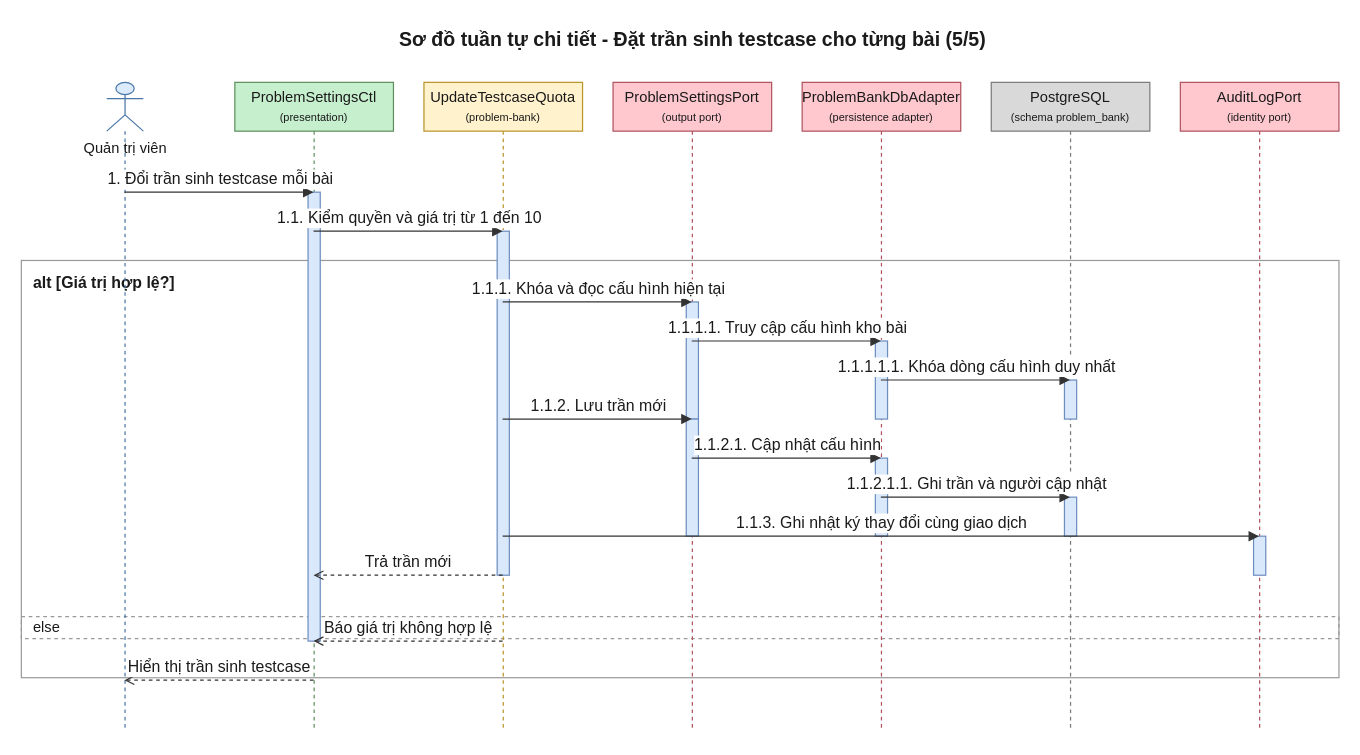
Earlier version of the draw.io diagram 08-diagram/sequence/admin/sequence_admin_dat_han_muc_va_gioi_han_ai_p4b.drawio (daiphu1801/PRJ_ALGOPREP). Source tidied: cells renumbered, new cells numbered last; positions are measured from the earlier drawing's top-left corner, leaving out a move shared by most shapes. Both pictures are drawn from the tidied source at 122%, with x=0, y=0 at pixel (21, 21).
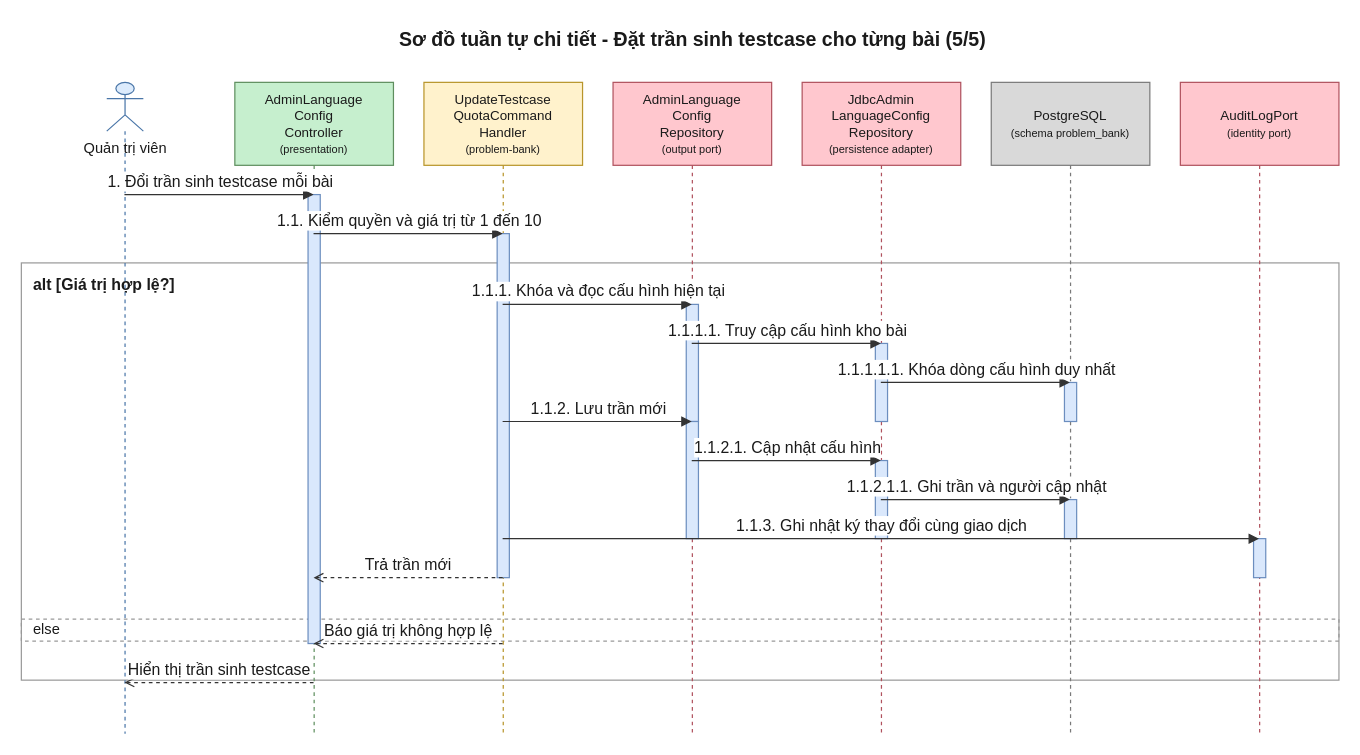
The same page after the edit.

The edit, as a diff of the source:
```diff
@@
     <mxCell id="3" value="alt [Giá trị hợp lệ?]" style="algoprep=alt;rounded=0;whiteSpace=wrap;html=1;fillColor=none;strokeColor=#999999;verticalAlign=top;align=left;spacingLeft=8;spacingTop=4;fontColor=#1A1A1A;fontSize=13;fontStyle=1;dashed=0;" parent="1" vertex="1">
-      <mxGeometry y="196" width="1080" height="342" as="geometry" />
+      <mxGeometry y="198" width="1080" height="342" as="geometry" />
     </mxCell>
     <mxCell id="4" value="else" style="text;html=1;dashed=1;strokeColor=#999999;fillColor=none;align=left;verticalAlign=middle;spacingLeft=8;fontColor=#1A1A1A;fontSize=12;" parent="1" vertex="1">
-      <mxGeometry y="488" width="1080" height="18" as="geometry" />
+      <mxGeometry y="490" width="1080" height="18" as="geometry" />
     </mxCell>
     <mxCell id="5" value="Quản trị viên" style="shape=umlLifeline;participant=umlActor;perimeter=lifelinePerimeter;html=1;outlineConnect=0;size=40;verticalAlign=top;spacingTop=40;fillColor=#DCEBFC;strokeColor=#4A76A8;fontColor=#1A1A1A;" parent="1" vertex="1">
-      <mxGeometry x="70" y="50" width="30" height="532" as="geometry" />
+      <mxGeometry x="70" y="50" width="30" height="534" as="geometry" />
     </mxCell>
-    <mxCell id="6" value="ProblemSettingsCtl&lt;br&gt;&lt;font style=&quot;font-size:9px&quot;&gt;(presentation)&lt;/font&gt;" style="shape=umlLifeline;perimeter=lifelinePerimeter;whiteSpace=wrap;html=1;outlineConnect=0;size=40;fillColor=#C6EFCE;strokeColor=#5E8E5E;fontColor=#1A1A1A;" parent="1" vertex="1">
-      <mxGeometry x="175" y="50" width="130" height="532" as="geometry" />
+    <mxCell id="6" value="AdminLanguage&lt;br&gt;Config&lt;br&gt;Controller&lt;br&gt;&lt;font style=&quot;font-size:9px&quot;&gt;(presentation)&lt;/font&gt;" style="shape=umlLifeline;perimeter=lifelinePerimeter;whiteSpace=wrap;html=1;outlineConnect=0;size=68;fontSize=11;fillColor=#C6EFCE;strokeColor=#5E8E5E;fontColor=#1A1A1A;" parent="1" vertex="1">
+      <mxGeometry x="175" y="50" width="130" height="534" as="geometry" />
     </mxCell>
-    <mxCell id="7" value="UpdateTestcaseQuota&lt;br&gt;&lt;font style=&quot;font-size:9px&quot;&gt;(problem-bank)&lt;/font&gt;" style="shape=umlLifeline;perimeter=lifelinePerimeter;whiteSpace=wrap;html=1;outlineConnect=0;size=40;fillColor=#FFF2CC;strokeColor=#B8952A;fontColor=#1A1A1A;" parent="1" vertex="1">
-      <mxGeometry x="330" y="50" width="130" height="532" as="geometry" />
+    <mxCell id="7" value="UpdateTestcase&lt;br&gt;QuotaCommand&lt;br&gt;Handler&lt;br&gt;&lt;font style=&quot;font-size:9px&quot;&gt;(problem-bank)&lt;/font&gt;" style="shape=umlLifeline;perimeter=lifelinePerimeter;whiteSpace=wrap;html=1;outlineConnect=0;size=68;fontSize=11;fillColor=#FFF2CC;strokeColor=#B8952A;fontColor=#1A1A1A;" parent="1" vertex="1">
+      <mxGeometry x="330" y="50" width="130" height="534" as="geometry" />
     </mxCell>
-    <mxCell id="8" value="ProblemSettingsPort&lt;br&gt;&lt;font style=&quot;font-size:9px&quot;&gt;(output port)&lt;/font&gt;" style="shape=umlLifeline;perimeter=lifelinePerimeter;whiteSpace=wrap;html=1;outlineConnect=0;size=40;fillColor=#FFC7CE;strokeColor=#B0525E;fontColor=#1A1A1A;" parent="1" vertex="1">
-      <mxGeometry x="485" y="50" width="130" height="532" as="geometry" />
+    <mxCell id="8" value="AdminLanguage&lt;br&gt;Config&lt;br&gt;Repository&lt;br&gt;&lt;font style=&quot;font-size:9px&quot;&gt;(output port)&lt;/font&gt;" style="shape=umlLifeline;perimeter=lifelinePerimeter;whiteSpace=wrap;html=1;outlineConnect=0;size=68;fontSize=11;fillColor=#FFC7CE;strokeColor=#B0525E;fontColor=#1A1A1A;" parent="1" vertex="1">
+      <mxGeometry x="485" y="50" width="130" height="534" as="geometry" />
     </mxCell>
-    <mxCell id="9" value="ProblemBankDbAdapter&lt;br&gt;&lt;font style=&quot;font-size:9px&quot;&gt;(persistence adapter)&lt;/font&gt;" style="shape=umlLifeline;perimeter=lifelinePerimeter;whiteSpace=wrap;html=1;outlineConnect=0;size=40;fillColor=#FFC7CE;strokeColor=#B0525E;fontColor=#1A1A1A;" parent="1" vertex="1">
-      <mxGeometry x="640" y="50" width="130" height="532" as="geometry" />
+    <mxCell id="9" value="JdbcAdmin&lt;br&gt;LanguageConfig&lt;br&gt;Repository&lt;br&gt;&lt;font style=&quot;font-size:9px&quot;&gt;(persistence adapter)&lt;/font&gt;" style="shape=umlLifeline;perimeter=lifelinePerimeter;whiteSpace=wrap;html=1;outlineConnect=0;size=68;fontSize=11;fillColor=#FFC7CE;strokeColor=#B0525E;fontColor=#1A1A1A;" parent="1" vertex="1">
+      <mxGeometry x="640" y="50" width="130" height="534" as="geometry" />
     </mxCell>
-    <mxCell id="10" value="PostgreSQL&lt;br&gt;&lt;font style=&quot;font-size:9px&quot;&gt;(schema problem_bank)&lt;/font&gt;" style="shape=umlLifeline;perimeter=lifelinePerimeter;whiteSpace=wrap;html=1;outlineConnect=0;size=40;fillColor=#D9D9D9;strokeColor=#7A7A7A;fontColor=#1A1A1A;" parent="1" vertex="1">
-      <mxGeometry x="795" y="50" width="130" height="532" as="geometry" />
+    <mxCell id="10" value="PostgreSQL&lt;br&gt;&lt;font style=&quot;font-size:9px&quot;&gt;(schema problem_bank)&lt;/font&gt;" style="shape=umlLifeline;perimeter=lifelinePerimeter;whiteSpace=wrap;html=1;outlineConnect=0;size=68;fontSize=11;fillColor=#D9D9D9;strokeColor=#7A7A7A;fontColor=#1A1A1A;" parent="1" vertex="1">
+      <mxGeometry x="795" y="50" width="130" height="534" as="geometry" />
     </mxCell>
-    <mxCell id="11" value="AuditLogPort&lt;br&gt;&lt;font style=&quot;font-size:9px&quot;&gt;(identity port)&lt;/font&gt;" style="shape=umlLifeline;perimeter=lifelinePerimeter;whiteSpace=wrap;html=1;outlineConnect=0;size=40;fillColor=#FFC7CE;strokeColor=#B0525E;fontColor=#1A1A1A;" parent="1" vertex="1">
-      <mxGeometry x="950" y="50" width="130" height="532" as="geometry" />
+    <mxCell id="11" value="AuditLogPort&lt;br&gt;&lt;font style=&quot;font-size:9px&quot;&gt;(identity port)&lt;/font&gt;" style="shape=umlLifeline;perimeter=lifelinePerimeter;whiteSpace=wrap;html=1;outlineConnect=0;size=68;fontSize=11;fillColor=#FFC7CE;strokeColor=#B0525E;fontColor=#1A1A1A;" parent="1" vertex="1">
+      <mxGeometry x="950" y="50" width="130" height="534" as="geometry" />
     </mxCell>
     <mxCell id="12" style="html=1;perimeter=orthogonalPerimeter;targetShapes=umlLifeline;fillColor=#DAE8FC;strokeColor=#6C8EBF;" parent="10" vertex="1">
-      <mxGeometry x="60" y="244" width="10" height="32" as="geometry" />
+      <mxGeometry x="60" y="246" width="10" height="32" as="geometry" />
     </mxCell>
     <mxCell id="13" style="html=1;perimeter=orthogonalPerimeter;targetShapes=umlLifeline;fillColor=#DAE8FC;strokeColor=#6C8EBF;" parent="9" vertex="1">
-      <mxGeometry x="60" y="212" width="10" height="64" as="geometry" />
+      <mxGeometry x="60" y="214" width="10" height="64" as="geometry" />
     </mxCell>
     <mxCell id="14" style="html=1;perimeter=orthogonalPerimeter;targetShapes=umlLifeline;fillColor=#DAE8FC;strokeColor=#6C8EBF;" parent="8" vertex="1">
-      <mxGeometry x="60" y="180" width="10" height="96" as="geometry" />
+      <mxGeometry x="60" y="182" width="10" height="96" as="geometry" />
     </mxCell>
     <mxCell id="15" style="html=1;perimeter=orthogonalPerimeter;targetShapes=umlLifeline;fillColor=#DAE8FC;strokeColor=#6C8EBF;" parent="10" vertex="1">
-      <mxGeometry x="60" y="340" width="10" height="32" as="geometry" />
+      <mxGeometry x="60" y="342" width="10" height="32" as="geometry" />
     </mxCell>
     <mxCell id="16" style="html=1;perimeter=orthogonalPerimeter;targetShapes=umlLifeline;fillColor=#DAE8FC;strokeColor=#6C8EBF;" parent="9" vertex="1">
-      <mxGeometry x="60" y="308" width="10" height="64" as="geometry" />
+      <mxGeometry x="60" y="310" width="10" height="64" as="geometry" />
     </mxCell>
     <mxCell id="17" style="html=1;perimeter=orthogonalPerimeter;targetShapes=umlLifeline;fillColor=#DAE8FC;strokeColor=#6C8EBF;" parent="8" vertex="1">
-      <mxGeometry x="60" y="276" width="10" height="96" as="geometry" />
+      <mxGeometry x="60" y="278" width="10" height="96" as="geometry" />
     </mxCell>
     <mxCell id="18" style="html=1;perimeter=orthogonalPerimeter;targetShapes=umlLifeline;fillColor=#DAE8FC;strokeColor=#6C8EBF;" parent="11" vertex="1">
-      <mxGeometry x="60" y="372" width="10" height="32" as="geometry" />
+      <mxGeometry x="60" y="374" width="10" height="32" as="geometry" />
     </mxCell>
     <mxCell id="19" style="html=1;perimeter=orthogonalPerimeter;targetShapes=umlLifeline;fillColor=#DAE8FC;strokeColor=#6C8EBF;" parent="7" vertex="1">
-      <mxGeometry x="60" y="122" width="10" height="282" as="geometry" />
+      <mxGeometry x="60" y="124" width="10" height="282" as="geometry" />
     </mxCell>
     <mxCell id="20" style="html=1;perimeter=orthogonalPerimeter;targetShapes=umlLifeline;fillColor=#DAE8FC;strokeColor=#6C8EBF;" parent="6" vertex="1">
-      <mxGeometry x="60" y="90" width="10" height="368" as="geometry" />
+      <mxGeometry x="60" y="92" width="10" height="368" as="geometry" />
     </mxCell>
-    <mxCell id="21" value="1. Đổi trần sinh testcase mỗi bài" style="edgeStyle=none;html=1;endArrow=block;endFill=1;strokeColor=#333333;fontColor=#1A1A1A;fontSize=13;verticalAlign=bottom;exitX=0.5;exitY=0.1692;exitDx=0;exitDy=0;entryX=0.5;entryY=0.1692;entryDx=0;entryDy=0;" parent="1" edge="1" source="5" target="6">
+    <mxCell id="21" value="1. Đổi trần sinh testcase mỗi bài" style="edgeStyle=none;html=1;endArrow=block;endFill=1;strokeColor=#333333;fontColor=#1A1A1A;fontSize=13;verticalAlign=bottom;exitX=0.5;exitY=0.1723;exitDx=0;exitDy=0;entryX=0.5;entryY=0.1723;entryDx=0;entryDy=0;" parent="1" edge="1" source="5" target="6">
       <mxGeometry relative="1" as="geometry" />
     </mxCell>
-    <mxCell id="22" value="1.1. Kiểm quyền và giá trị từ 1 đến 10" style="edgeStyle=none;html=1;endArrow=block;endFill=1;strokeColor=#333333;fontColor=#1A1A1A;fontSize=13;verticalAlign=bottom;exitX=0.5;exitY=0.2293;exitDx=0;exitDy=0;entryX=0.5;entryY=0.2293;entryDx=0;entryDy=0;" parent="1" edge="1" source="6" target="7">
+    <mxCell id="22" value="1.1. Kiểm quyền và giá trị từ 1 đến 10" style="edgeStyle=none;html=1;endArrow=block;endFill=1;strokeColor=#333333;fontColor=#1A1A1A;fontSize=13;verticalAlign=bottom;exitX=0.5;exitY=0.2322;exitDx=0;exitDy=0;entryX=0.5;entryY=0.2322;entryDx=0;entryDy=0;" parent="1" edge="1" source="6" target="7">
       <mxGeometry relative="1" as="geometry" />
     </mxCell>
-    <mxCell id="23" value="1.1.1. Khóa và đọc cấu hình hiện tại" style="edgeStyle=none;html=1;endArrow=block;endFill=1;strokeColor=#333333;fontColor=#1A1A1A;fontSize=13;verticalAlign=bottom;exitX=0.5;exitY=0.3383;exitDx=0;exitDy=0;entryX=0.5;entryY=0.3383;entryDx=0;entryDy=0;" parent="1" edge="1" source="7" target="8">
+    <mxCell id="23" value="1.1.1. Khóa và đọc cấu hình hiện tại" style="edgeStyle=none;html=1;endArrow=block;endFill=1;strokeColor=#333333;fontColor=#1A1A1A;fontSize=13;verticalAlign=bottom;exitX=0.5;exitY=0.3408;exitDx=0;exitDy=0;entryX=0.5;entryY=0.3408;entryDx=0;entryDy=0;" parent="1" edge="1" source="7" target="8">
       <mxGeometry relative="1" as="geometry" />
     </mxCell>
-    <mxCell id="24" value="1.1.1.1. Truy cập cấu hình kho bài" style="edgeStyle=none;html=1;endArrow=block;endFill=1;strokeColor=#333333;fontColor=#1A1A1A;fontSize=13;verticalAlign=bottom;exitX=0.5;exitY=0.3985;exitDx=0;exitDy=0;entryX=0.5;entryY=0.3985;entryDx=0;entryDy=0;" parent="1" edge="1" source="8" target="9">
+    <mxCell id="24" value="1.1.1.1. Truy cập cấu hình kho bài" style="edgeStyle=none;html=1;endArrow=block;endFill=1;strokeColor=#333333;fontColor=#1A1A1A;fontSize=13;verticalAlign=bottom;exitX=0.5;exitY=0.4007;exitDx=0;exitDy=0;entryX=0.5;entryY=0.4007;entryDx=0;entryDy=0;" parent="1" edge="1" source="8" target="9">
       <mxGeometry relative="1" as="geometry" />
     </mxCell>
-    <mxCell id="25" value="1.1.1.1.1. Khóa dòng cấu hình duy nhất" style="edgeStyle=none;html=1;endArrow=block;endFill=1;strokeColor=#333333;fontColor=#1A1A1A;fontSize=13;verticalAlign=bottom;exitX=0.5;exitY=0.4586;exitDx=0;exitDy=0;entryX=0.5;entryY=0.4586;entryDx=0;entryDy=0;" parent="1" edge="1" source="9" target="10">
+    <mxCell id="25" value="1.1.1.1.1. Khóa dòng cấu hình duy nhất" style="edgeStyle=none;html=1;endArrow=block;endFill=1;strokeColor=#333333;fontColor=#1A1A1A;fontSize=13;verticalAlign=bottom;exitX=0.5;exitY=0.4607;exitDx=0;exitDy=0;entryX=0.5;entryY=0.4607;entryDx=0;entryDy=0;" parent="1" edge="1" source="9" target="10">
       <mxGeometry relative="1" as="geometry" />
     </mxCell>
-    <mxCell id="26" value="1.1.2. Lưu trần mới" style="edgeStyle=none;html=1;endArrow=block;endFill=1;strokeColor=#333333;fontColor=#1A1A1A;fontSize=13;verticalAlign=bottom;exitX=0.5;exitY=0.5188;exitDx=0;exitDy=0;entryX=0.5;entryY=0.5188;entryDx=0;entryDy=0;" parent="1" edge="1" source="7" target="8">
+    <mxCell id="26" value="1.1.2. Lưu trần mới" style="edgeStyle=none;html=1;endArrow=block;endFill=1;strokeColor=#333333;fontColor=#1A1A1A;fontSize=13;verticalAlign=bottom;exitX=0.5;exitY=0.5206;exitDx=0;exitDy=0;entryX=0.5;entryY=0.5206;entryDx=0;entryDy=0;" parent="1" edge="1" source="7" target="8">
       <mxGeometry relative="1" as="geometry" />
     </mxCell>
-    <mxCell id="27" value="1.1.2.1. Cập nhật cấu hình" style="edgeStyle=none;html=1;endArrow=block;endFill=1;strokeColor=#333333;fontColor=#1A1A1A;fontSize=13;verticalAlign=bottom;exitX=0.5;exitY=0.5789;exitDx=0;exitDy=0;entryX=0.5;entryY=0.5789;entryDx=0;entryDy=0;" parent="1" edge="1" source="8" target="9">
+    <mxCell id="27" value="1.1.2.1. Cập nhật cấu hình" style="edgeStyle=none;html=1;endArrow=block;endFill=1;strokeColor=#333333;fontColor=#1A1A1A;fontSize=13;verticalAlign=bottom;exitX=0.5;exitY=0.5805;exitDx=0;exitDy=0;entryX=0.5;entryY=0.5805;entryDx=0;entryDy=0;" parent="1" edge="1" source="8" target="9">
       <mxGeometry relative="1" as="geometry" />
     </mxCell>
-    <mxCell id="28" value="1.1.2.1.1. Ghi trần và người cập nhật" style="edgeStyle=none;html=1;endArrow=block;endFill=1;strokeColor=#333333;fontColor=#1A1A1A;fontSize=13;verticalAlign=bottom;exitX=0.5;exitY=0.6391;exitDx=0;exitDy=0;entryX=0.5;entryY=0.6391;entryDx=0;entryDy=0;" parent="1" edge="1" source="9" target="10">
+    <mxCell id="28" value="1.1.2.1.1. Ghi trần và người cập nhật" style="edgeStyle=none;html=1;endArrow=block;endFill=1;strokeColor=#333333;fontColor=#1A1A1A;fontSize=13;verticalAlign=bottom;exitX=0.5;exitY=0.6404;exitDx=0;exitDy=0;entryX=0.5;entryY=0.6404;entryDx=0;entryDy=0;" parent="1" edge="1" source="9" target="10">
       <mxGeometry relative="1" as="geometry" />
     </mxCell>
-    <mxCell id="29" value="1.1.3. Ghi nhật ký thay đổi cùng giao dịch" style="edgeStyle=none;html=1;endArrow=block;endFill=1;strokeColor=#333333;fontColor=#1A1A1A;fontSize=13;verticalAlign=bottom;exitX=0.5;exitY=0.6992;exitDx=0;exitDy=0;entryX=0.5;entryY=0.6992;entryDx=0;entryDy=0;" parent="1" edge="1" source="7" target="11">
+    <mxCell id="29" value="1.1.3. Ghi nhật ký thay đổi cùng giao dịch" style="edgeStyle=none;html=1;endArrow=block;endFill=1;strokeColor=#333333;fontColor=#1A1A1A;fontSize=13;verticalAlign=bottom;exitX=0.5;exitY=0.7004;exitDx=0;exitDy=0;entryX=0.5;entryY=0.7004;entryDx=0;entryDy=0;" parent="1" edge="1" source="7" target="11">
       <mxGeometry relative="1" as="geometry" />
     </mxCell>
-    <mxCell id="30" value="Trả trần mới" style="edgeStyle=none;html=1;endArrow=open;endFill=0;dashed=1;strokeColor=#333333;fontColor=#1A1A1A;fontSize=13;verticalAlign=bottom;exitX=0.5;exitY=0.7594;exitDx=0;exitDy=0;entryX=0.5;entryY=0.7594;entryDx=0;entryDy=0;" parent="1" edge="1" source="7" target="6">
+    <mxCell id="30" value="Trả trần mới" style="edgeStyle=none;html=1;endArrow=open;endFill=0;dashed=1;strokeColor=#333333;fontColor=#1A1A1A;fontSize=13;verticalAlign=bottom;exitX=0.5;exitY=0.7603;exitDx=0;exitDy=0;entryX=0.5;entryY=0.7603;entryDx=0;entryDy=0;" parent="1" edge="1" source="7" target="6">
       <mxGeometry relative="1" as="geometry" />
     </mxCell>
-    <mxCell id="31" value="Báo giá trị không hợp lệ" style="edgeStyle=none;html=1;endArrow=open;endFill=0;dashed=1;strokeColor=#333333;fontColor=#1A1A1A;fontSize=13;verticalAlign=bottom;exitX=0.5;exitY=0.8609;exitDx=0;exitDy=0;entryX=0.5;entryY=0.8609;entryDx=0;entryDy=0;" parent="1" edge="1" source="7" target="6">
+    <mxCell id="31" value="Báo giá trị không hợp lệ" style="edgeStyle=none;html=1;endArrow=open;endFill=0;dashed=1;strokeColor=#333333;fontColor=#1A1A1A;fontSize=13;verticalAlign=bottom;exitX=0.5;exitY=0.8614;exitDx=0;exitDy=0;entryX=0.5;entryY=0.8614;entryDx=0;entryDy=0;" parent="1" edge="1" source="7" target="6">
       <mxGeometry relative="1" as="geometry" />
     </mxCell>
-    <mxCell id="32" value="Hiển thị trần sinh testcase" style="edgeStyle=none;html=1;endArrow=open;endFill=0;dashed=1;strokeColor=#333333;fontColor=#1A1A1A;fontSize=13;verticalAlign=bottom;exitX=0.5;exitY=0.9211;exitDx=0;exitDy=0;entryX=0.5;entryY=0.9211;entryDx=0;entryDy=0;" parent="1" edge="1" source="6" target="5">
+    <mxCell id="32" value="Hiển thị trần sinh testcase" style="edgeStyle=none;html=1;endArrow=open;endFill=0;dashed=1;strokeColor=#333333;fontColor=#1A1A1A;fontSize=13;verticalAlign=bottom;exitX=0.5;exitY=0.9213;exitDx=0;exitDy=0;entryX=0.5;entryY=0.9213;entryDx=0;entryDy=0;" parent="1" edge="1" source="6" target="5">
       <mxGeometry relative="1" as="geometry" />
     </mxCell>
```
